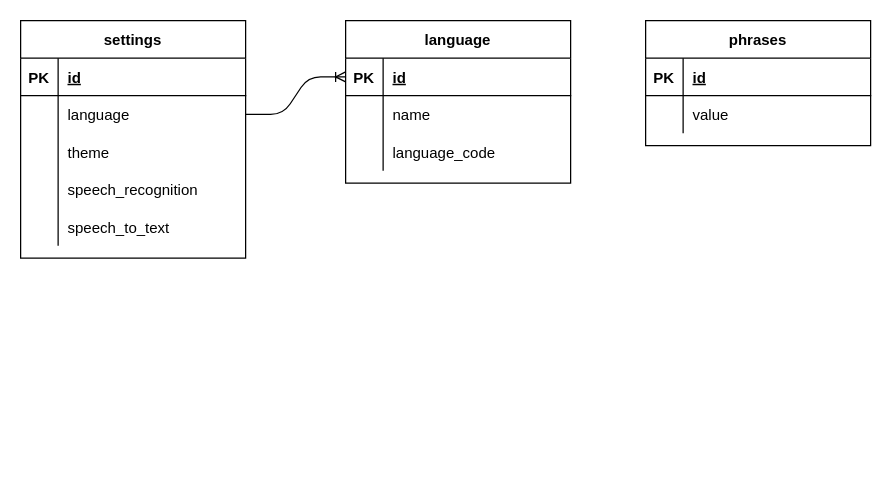
This is database/sonus.drawio from jetblinx/sonus, a draw.io file, before an edit. Source tidied: cells renumbered, new cells numbered last; positions are measured from the earlier drawing's top-left corner, leaving out a move shared by most shapes. Both pictures are drawn from the tidied source at 125%, with x=0, y=0 at pixel (20, 20).
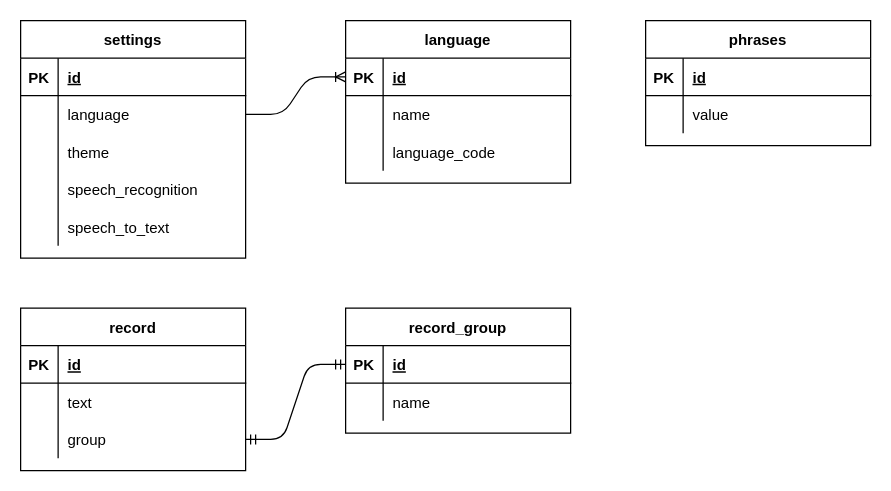
The same diagram, later.

Commit message (it also covers changes not shown here):
Updated the database schema

The edit, as a diff of the source:
```diff
@@
+    <mxCell id="36" value="record" style="shape=table;startSize=30;childLayout=tableLayout;rowLines=0;fontStyle=1;align=center;" parent="1" vertex="1">
+      <mxGeometry y="230" width="180" height="130" as="geometry" />
+    </mxCell>
+    <mxCell id="37" style="shape=partialRectangle;fillColor=none;top=0;left=0;bottom=1;right=0;" parent="36" vertex="1">
+      <mxGeometry y="30" width="180" height="30" as="geometry" />
+    </mxCell>
+    <mxCell id="38" value="PK" style="shape=partialRectangle;fillColor=none;top=0;left=0;bottom=0;right=0;fontStyle=1;overflow=hidden;" parent="37" vertex="1">
+      <mxGeometry width="30" height="30" as="geometry" />
+    </mxCell>
+    <mxCell id="39" value="id" style="shape=partialRectangle;fillColor=none;top=0;left=0;bottom=0;right=0;align=left;spacingLeft=6;fontStyle=5;overflow=hidden;" parent="37" vertex="1">
+      <mxGeometry x="30" width="150" height="30" as="geometry" />
+    </mxCell>
+    <mxCell id="40" style="shape=partialRectangle;fillColor=none;top=0;left=0;bottom=0;right=0;" parent="36" vertex="1">
+      <mxGeometry y="60" width="180" height="30" as="geometry" />
+    </mxCell>
+    <mxCell id="41" style="shape=partialRectangle;fillColor=none;top=0;left=0;bottom=0;right=0;overflow=hidden;" parent="40" vertex="1">
+      <mxGeometry width="30" height="30" as="geometry" />
+    </mxCell>
+    <mxCell id="42" value="text" style="shape=partialRectangle;fillColor=none;top=0;left=0;bottom=0;right=0;align=left;spacingLeft=6;overflow=hidden;" parent="40" vertex="1">
+      <mxGeometry x="30" width="150" height="30" as="geometry" />
+    </mxCell>
+    <mxCell id="43" style="shape=partialRectangle;fillColor=none;top=0;left=0;bottom=0;right=0;points=[[0,0.5],[1,0.5]];portConstraint=eastwest;" parent="36" vertex="1">
+      <mxGeometry y="90" width="180" height="30" as="geometry" />
+    </mxCell>
+    <mxCell id="44" style="shape=partialRectangle;fillColor=none;top=0;left=0;bottom=0;right=0;overflow=hidden;" parent="43" vertex="1">
+      <mxGeometry width="30" height="30" as="geometry" />
+    </mxCell>
+    <mxCell id="45" value="group" style="shape=partialRectangle;fillColor=none;top=0;left=0;bottom=0;right=0;align=left;spacingLeft=6;overflow=hidden;" parent="43" vertex="1">
+      <mxGeometry x="30" width="150" height="30" as="geometry" />
+    </mxCell>
+    <mxCell id="46" value="record_group" style="shape=table;startSize=30;childLayout=tableLayout;rowLines=0;fontStyle=1;align=center;" parent="1" vertex="1">
+      <mxGeometry x="260" y="230" width="180" height="100" as="geometry" />
+    </mxCell>
+    <mxCell id="47" style="shape=partialRectangle;fillColor=none;top=0;left=0;bottom=1;right=0;points=[[0,0.5],[1,0.5]];portConstraint=eastwest;" parent="46" vertex="1">
+      <mxGeometry y="30" width="180" height="30" as="geometry" />
+    </mxCell>
+    <mxCell id="48" value="PK" style="shape=partialRectangle;fillColor=none;top=0;left=0;bottom=0;right=0;fontStyle=1;overflow=hidden;" parent="47" vertex="1">
+      <mxGeometry width="30" height="30" as="geometry" />
+    </mxCell>
+    <mxCell id="49" value="id" style="shape=partialRectangle;fillColor=none;top=0;left=0;bottom=0;right=0;align=left;spacingLeft=6;fontStyle=5;overflow=hidden;" parent="47" vertex="1">
+      <mxGeometry x="30" width="150" height="30" as="geometry" />
+    </mxCell>
+    <mxCell id="50" style="shape=partialRectangle;fillColor=none;top=0;left=0;bottom=0;right=0;" parent="46" vertex="1">
+      <mxGeometry y="60" width="180" height="30" as="geometry" />
+    </mxCell>
+    <mxCell id="51" style="shape=partialRectangle;fillColor=none;top=0;left=0;bottom=0;right=0;overflow=hidden;" parent="50" vertex="1">
+      <mxGeometry width="30" height="30" as="geometry" />
+    </mxCell>
+    <mxCell id="52" value="name" style="shape=partialRectangle;fillColor=none;top=0;left=0;bottom=0;right=0;align=left;spacingLeft=6;overflow=hidden;" parent="50" vertex="1">
+      <mxGeometry x="30" width="150" height="30" as="geometry" />
+    </mxCell>
+    <mxCell id="53" style="edgeStyle=entityRelationEdgeStyle;fontSize=12;html=1;endArrow=ERmandOne;startArrow=ERmandOne;exitX=1;exitY=0.5;exitDx=0;exitDy=0;" parent="1" edge="1" source="43" target="47">
+      <mxGeometry relative="1" as="geometry" />
+    </mxCell>
```
